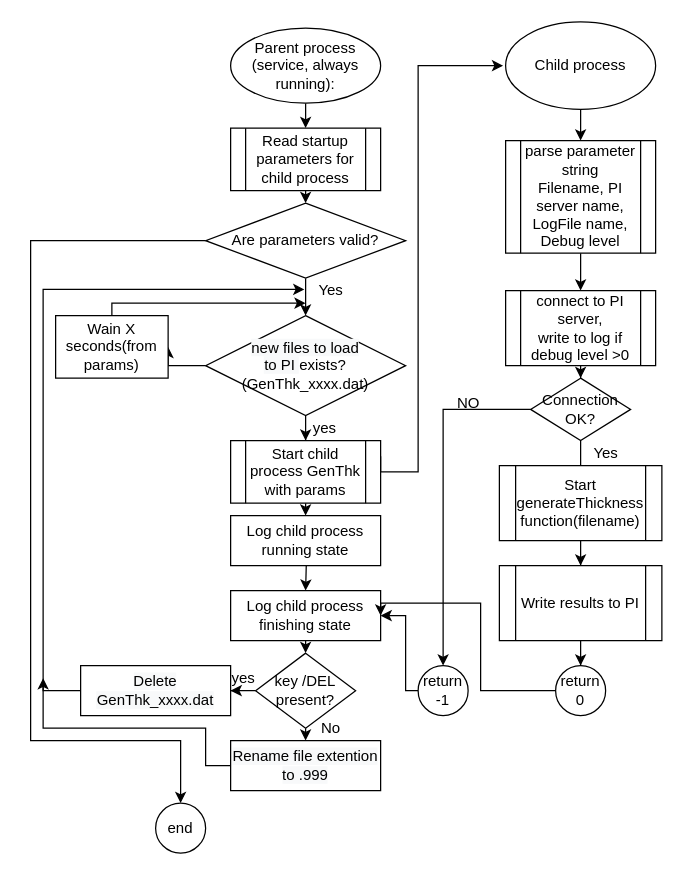
Above: page "Algo" (2 of 2) of GenThk.drawio in megavad/Diagrams (draw.io), before the change. Source tidied: cells renumbered, new cells numbered last; positions are measured from the earlier drawing's top-left corner, leaving out a move shared by most shapes. Both pictures are drawn from the tidied source at 125%, with x=0, y=0 at pixel (30, 21).
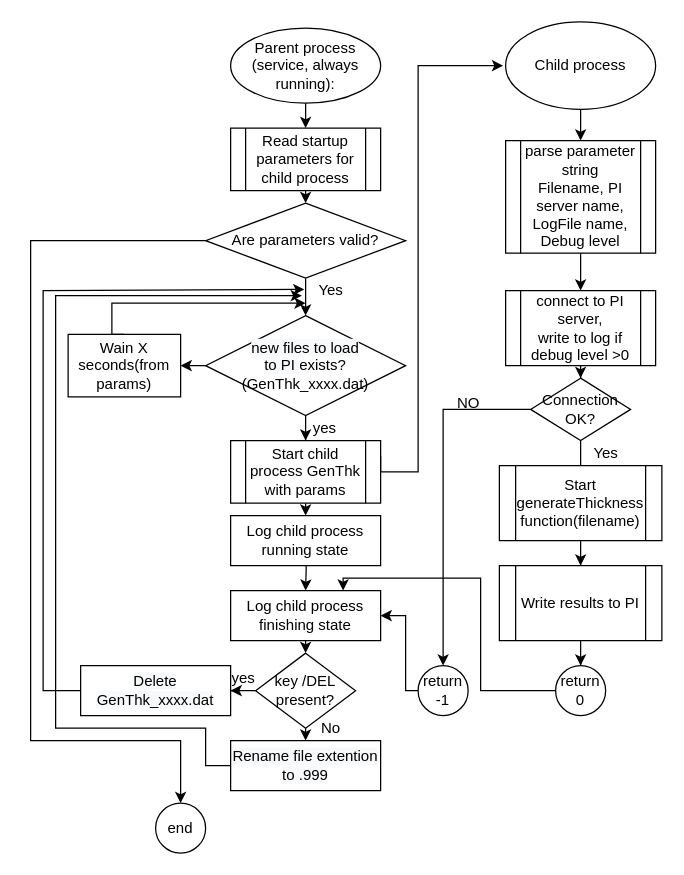
The same page after the edit.

Unchanged cells that the change refers to:
```xml
<mxCell id="15" value="&lt;span&gt;Log child process finishing state&lt;/span&gt;" style="rounded=0;whiteSpace=wrap;html=1;" parent="1" vertex="1">
  <mxGeometry x="160" y="455" width="120" height="40" as="geometry" />
</mxCell>
<mxCell id="28" value="Yes" style="text;html=1;align=center;verticalAlign=middle;points=[];strokeColor=none;" parent="1" vertex="1">
  <mxGeometry x="220" y="205" width="40" height="20" as="geometry" />
</mxCell>
<mxCell id="43" value="return 0" style="ellipse;whiteSpace=wrap;html=1;" parent="1" vertex="1">
  <mxGeometry x="420" y="515" width="40" height="40" as="geometry" />
</mxCell>
<mxCell id="44" value="&lt;span style=&quot;color: rgb(0 , 0 , 0) ; font-family: &amp;#34;helvetica&amp;#34; ; font-size: 12px ; font-style: normal ; font-weight: 400 ; letter-spacing: normal ; text-align: center ; text-indent: 0px ; text-transform: none ; word-spacing: 0px ; background-color: rgb(248 , 249 , 250) ; display: inline ; float: none&quot;&gt;Delete GenThk_xxxx.dat&lt;/span&gt;" style="rounded=0;whiteSpace=wrap;html=1;" parent="1" vertex="1">
  <mxGeometry x="40" y="515" width="120" height="40" as="geometry" />
</mxCell>
<mxCell id="51" value="&lt;span style=&quot;color: rgb(0 , 0 , 0) ; font-family: &amp;#34;helvetica&amp;#34; ; font-size: 12px ; font-style: normal ; font-weight: 400 ; letter-spacing: normal ; text-align: center ; text-indent: 0px ; text-transform: none ; word-spacing: 0px ; background-color: rgb(248 , 249 , 250) ; display: inline ; float: none&quot;&gt;Rename file extention to .999&lt;/span&gt;" style="rounded=0;whiteSpace=wrap;html=1;" parent="1" vertex="1">
  <mxGeometry x="160" y="575" width="120" height="40" as="geometry" />
</mxCell>
```

Diff of the diagram source:
```diff
@@
     <mxCell id="13" style="edgeStyle=orthogonalEdgeStyle;rounded=0;jettySize=auto;html=1;exitX=0;exitY=0.5;exitDx=0;exitDy=0;entryX=-0.025;entryY=0.45;entryDx=0;entryDy=0;entryPerimeter=0;" parent="1" edge="1" source="44" target="28">
       <mxGeometry relative="1" as="geometry">
         <Array as="points">
           <mxPoint x="10" y="535" />
-          <mxPoint x="10" y="214" />
+          <mxPoint x="10" y="215" />
         </Array>
       </mxGeometry>
     </mxCell>
@@
     <mxCell id="25" value="Wain X seconds(from params)" style="rounded=0;whiteSpace=wrap;html=1;" parent="1" vertex="1">
-      <mxGeometry x="20" y="235" width="90" height="50" as="geometry" />
+      <mxGeometry x="30" y="250" width="90" height="50" as="geometry" />
     </mxCell>
@@
-    <mxCell id="42" style="edgeStyle=orthogonalEdgeStyle;rounded=0;jettySize=auto;html=1;entryX=1;entryY=0.5;entryDx=0;entryDy=0;" parent="1" edge="1" source="43" target="15">
+    <mxCell id="42" style="edgeStyle=orthogonalEdgeStyle;rounded=0;jettySize=auto;html=1;entryX=0.75;entryY=0;entryDx=0;entryDy=0;" parent="1" edge="1" source="43" target="15">
       <mxGeometry relative="1" as="geometry">
         <Array as="points">
           <mxPoint x="360" y="535" />
-          <mxPoint x="360" y="465" />
-          <mxPoint x="280" y="465" />
+          <mxPoint x="360" y="445" />
+          <mxPoint x="250" y="445" />
         </Array>
       </mxGeometry>
     </mxCell>
@@
-    <mxCell id="50" style="edgeStyle=orthogonalEdgeStyle;rounded=0;jettySize=auto;html=1;" parent="1" edge="1" source="51">
+    <mxCell id="50" style="edgeStyle=orthogonalEdgeStyle;rounded=0;jettySize=auto;html=1;entryX=-0.075;entryY=0.7;entryDx=0;entryDy=0;entryPerimeter=0;" parent="1" edge="1" source="51" target="28">
       <mxGeometry relative="1" as="geometry">
-        <mxPoint x="10" y="525" as="targetPoint" />
         <Array as="points">
           <mxPoint x="140" y="595" />
           <mxPoint x="140" y="565" />
-          <mxPoint x="10" y="565" />
+          <mxPoint x="20" y="565" />
+          <mxPoint x="20" y="219" />
         </Array>
       </mxGeometry>
     </mxCell>
```
